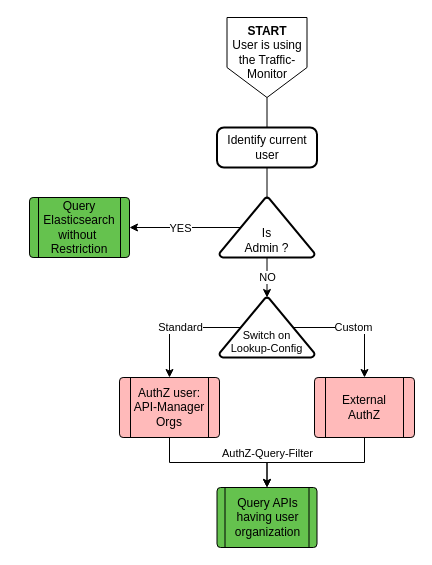
Before: page "Flexible restriction" (2 of 3) of imgs/Flexible-User-AuthZ.drawio in Axway-API-Management-Plus/apigateway-openlogging-elk, a draw.io diagram. Source tidied: cells renumbered, new cells numbered last; positions are measured from the earlier drawing's top-left corner, leaving out a move shared by most shapes. Both pictures are drawn from the tidied source at 100%, with x=0, y=0 at pixel (29, 17).
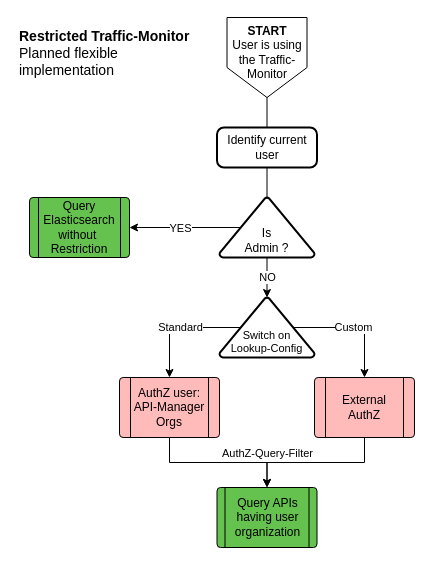
The same page after the edit.

The edit, as a diff of the source:
```diff
@@
+    <mxCell id="20" value="&lt;b&gt;Restricted Traffic-Monitor&lt;/b&gt;&lt;br&gt;Planned flexible implementation" style="text;html=1;strokeColor=none;fillColor=none;align=left;verticalAlign=top;whiteSpace=wrap;rounded=0;fontSize=14;" parent="1" vertex="1">
+      <mxGeometry x="-12" y="4" width="187" height="64" as="geometry" />
+    </mxCell>
```
